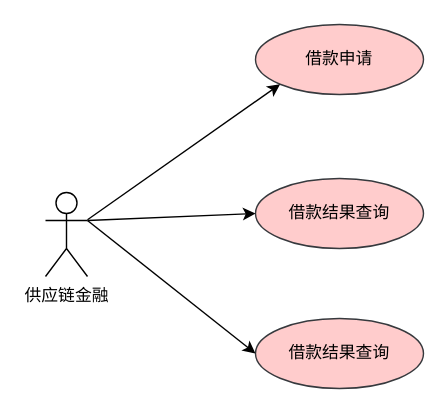
Above: page "用例" (1 of 7) of drawio/网商贷.drawio in hezhuma/image-repo (draw.io), before the change. Source tidied: cells renumbered, new cells numbered last; positions are measured from the earlier drawing's top-left corner, leaving out a move shared by most shapes. Both pictures are drawn from the tidied source at 140%, with x=0, y=0 at pixel (45, 24).
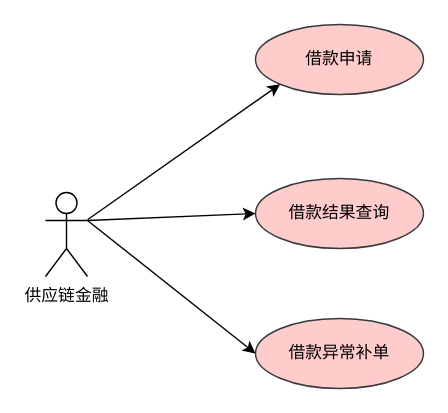
The same page after the edit.

Commit message (it also covers changes not shown here):
更新网商贷.drawio

What changed in the source:
```diff
@@
 <mxGraphModel>
   <root>
     <mxCell id="0" />
     <mxCell id="1" parent="0" />
     <mxCell id="2" value="供应链金融" style="shape=umlActor;verticalLabelPosition=bottom;labelBackgroundColor=#ffffff;verticalAlign=top;html=1;outlineConnect=0;" parent="1" vertex="1">
       <mxGeometry y="120" width="30" height="60" as="geometry" />
     </mxCell>
     <mxCell id="3" value="借款申请" style="ellipse;whiteSpace=wrap;html=1;fillColor=#FFCCCC;strokeColor=#36393d;" parent="1" vertex="1">
       <mxGeometry x="150" width="120" height="50" as="geometry" />
     </mxCell>
     <mxCell id="4" value="借款结果查询" style="ellipse;whiteSpace=wrap;html=1;fillColor=#FFCCCC;strokeColor=#36393d;" parent="1" vertex="1">
       <mxGeometry x="150" y="110" width="120" height="50" as="geometry" />
     </mxCell>
-    <mxCell id="5" value="借款结果查询" style="ellipse;whiteSpace=wrap;html=1;fillColor=#FFCCCC;strokeColor=#36393d;" parent="1" vertex="1">
+    <mxCell id="5" value="借款异常补单" style="ellipse;whiteSpace=wrap;html=1;fillColor=#FFCCCC;strokeColor=#36393d;" parent="1" vertex="1">
       <mxGeometry x="150" y="210" width="120" height="50" as="geometry" />
     </mxCell>
     <mxCell id="6" style="endArrow=classic;html=1;rounded=0;entryX=0;entryY=1;entryDx=0;entryDy=0;" parent="1" edge="1" source="2" target="3">
       <mxGeometry relative="1" as="geometry" />
     </mxCell>
     <mxCell id="7" style="endArrow=classic;html=1;rounded=0;entryX=0;entryY=0.5;entryDx=0;entryDy=0;exitX=1;exitY=0.3333333333333333;exitDx=0;exitDy=0;exitPerimeter=0;" parent="1" edge="1" source="2" target="4">
       <mxGeometry relative="1" as="geometry" />
     </mxCell>
     <mxCell id="8" style="endArrow=classic;html=1;rounded=0;entryX=0;entryY=0.5;entryDx=0;entryDy=0;" parent="1" edge="1" target="5">
       <mxGeometry relative="1" as="geometry">
         <mxPoint x="30" y="140" as="sourcePoint" />
       </mxGeometry>
     </mxCell>
   </root>
 </mxGraphModel>
```
